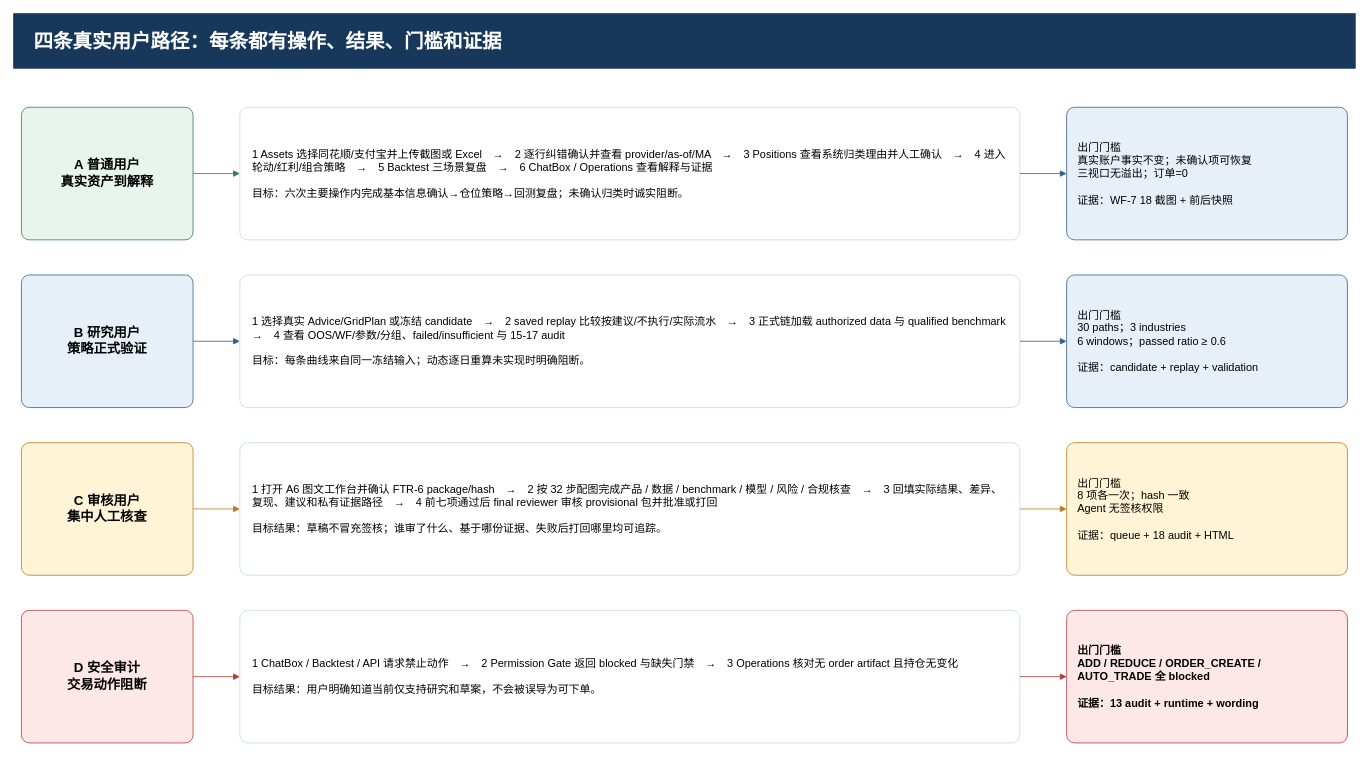
ljx418/FAMS keeps this draw.io diagram as page "6 用户操作与验收路径" (6 of 8) of docs/target-architecture-gap.drawio. Above is the earlier version. Source tidied: cells renumbered, new cells numbered last; positions are measured from the earlier drawing's top-left corner, leaving out a move shared by most shapes. Both pictures are drawn from the tidied source at 78%, with x=0, y=0 at pixel (13, 13).
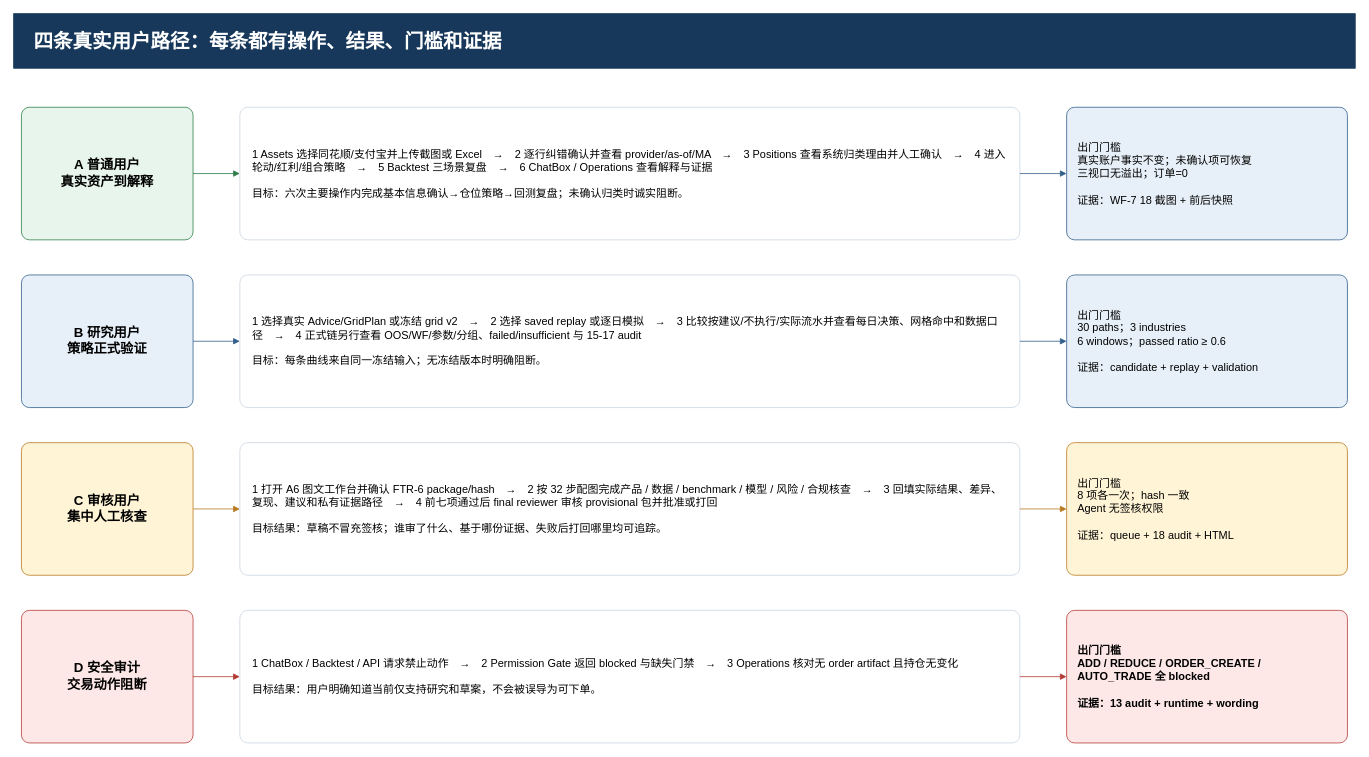
After the change.

What changed in the source:
```diff
@@
-    <mxCell id="7" value="1 选择真实 Advice/GridPlan 或冻结 candidate　→　2 saved replay 比较按建议/不执行/实际流水　→　3 正式链加载 authorized data 与 qualified benchmark　→　4 查看 OOS/WF/参数/分组、failed/insufficient 与 15-17 audit&#10;&#10;目标：每条曲线来自同一冻结输入；动态逐日重算未实现时明确阻断。" style="rounded=1;arcSize=6;whiteSpace=wrap;html=1;fontFamily=Microsoft YaHei;fontSize=14;align=left;verticalAlign=middle;fillColor=#ffffff;strokeColor=#cbd5e1;spacing=16;" parent="1" vertex="1">
+    <mxCell id="7" value="1 选择真实 Advice/GridPlan 或冻结 grid v2　→　2 选择 saved replay 或逐日模拟　→　3 比较按建议/不执行/实际流水并查看每日决策、网格命中和数据口径　→　4 正式链另行查看 OOS/WF/参数/分组、failed/insufficient 与 15-17 audit&#10;&#10;目标：每条曲线来自同一冻结输入；无冻结版本时明确阻断。" style="rounded=1;arcSize=6;whiteSpace=wrap;html=1;fontFamily=Microsoft YaHei;fontSize=14;align=left;verticalAlign=middle;fillColor=#ffffff;strokeColor=#cbd5e1;spacing=16;" parent="1" vertex="1">
       <mxGeometry x="290" y="335" width="1000" height="170" as="geometry" />
     </mxCell>
```
